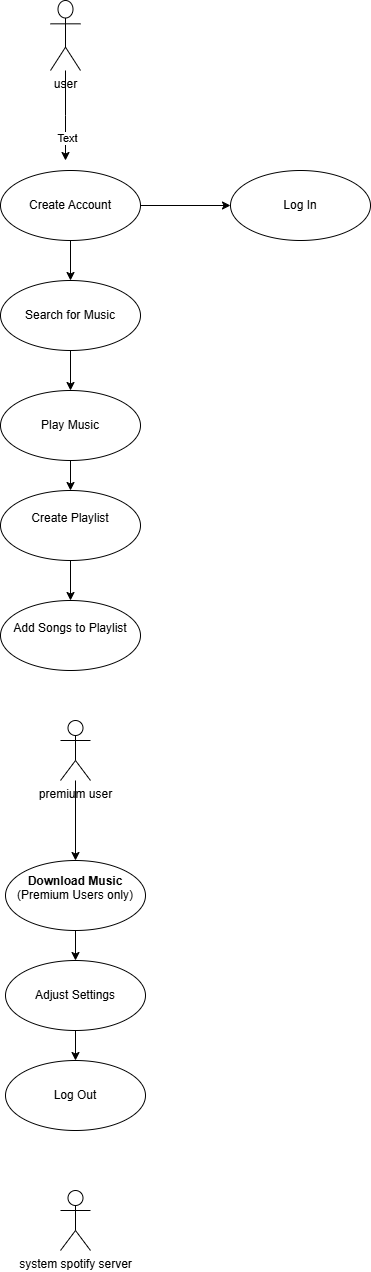
Earlier version of the draw.io export UMLDiagram.drawio.png (namithaprasad5/my-java-app). Source tidied: cells renumbered, new cells last; positions are measured from the earlier drawing's top-left corner, leaving out a move shared by most shapes.
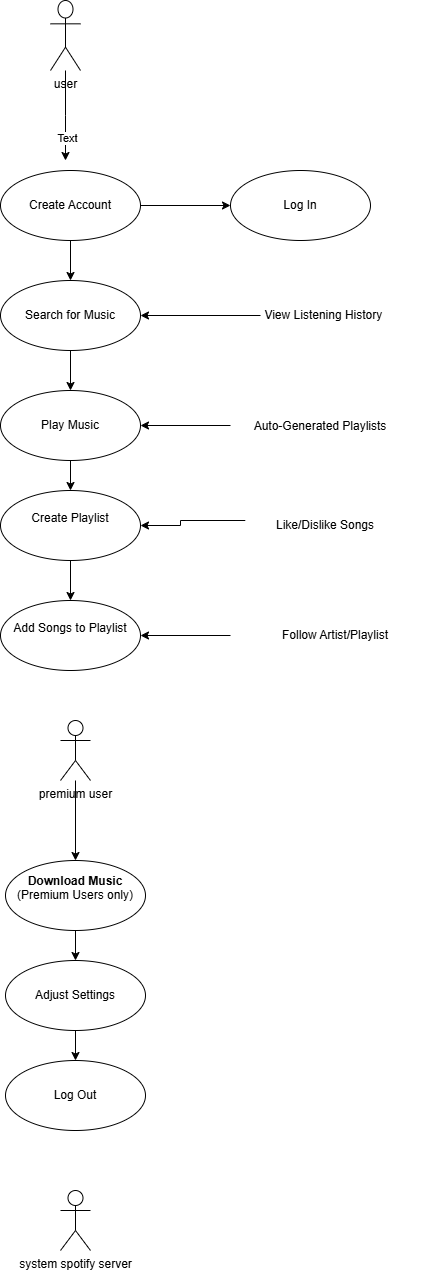
After the commit.

Change to the diagram source:
```diff
@@ -70,5 +70,29 @@
     <mxCell id="23" value="Log Out" style="ellipse;whiteSpace=wrap;html=1;" parent="1" vertex="1">
       <mxGeometry x="5" y="1060" width="140" height="70" as="geometry" />
     </mxCell>
+    <mxCell id="24" style="edgeStyle=orthogonalEdgeStyle;rounded=0;jettySize=auto;html=1;" parent="1" edge="1" source="25" target="13">
+      <mxGeometry relative="1" as="geometry" />
+    </mxCell>
+    <mxCell id="25" value="&lt;span class=&quot;hljs-keyword&quot;&gt;View&lt;/span&gt; Listening History&amp;nbsp;" style="text;html=1;align=center;verticalAlign=middle;whiteSpace=wrap;rounded=0;" parent="1" vertex="1">
+      <mxGeometry x="260" y="295" width="130" height="40" as="geometry" />
+    </mxCell>
+    <mxCell id="26" style="edgeStyle=orthogonalEdgeStyle;rounded=0;jettySize=auto;html=1;" parent="1" edge="1" source="27" target="11">
+      <mxGeometry relative="1" as="geometry" />
+    </mxCell>
+    <mxCell id="27" value="Auto-Generated Playlists" style="text;html=1;align=center;verticalAlign=middle;whiteSpace=wrap;rounded=0;" parent="1" vertex="1">
+      <mxGeometry x="230" y="425" width="180" as="geometry" />
+    </mxCell>
+    <mxCell id="28" style="edgeStyle=orthogonalEdgeStyle;rounded=0;jettySize=auto;html=1;exitX=0.118;exitY=0.25;exitDx=0;exitDy=0;exitPerimeter=0;" parent="1" edge="1" source="29" target="9">
+      <mxGeometry relative="1" as="geometry" />
+    </mxCell>
+    <mxCell id="29" value="&lt;span class=&quot;hljs-keyword&quot;&gt;Like&lt;/span&gt;/Dislike Songs" style="text;html=1;align=center;verticalAlign=middle;whiteSpace=wrap;rounded=0;" parent="1" vertex="1">
+      <mxGeometry x="220" y="515" width="210" height="20" as="geometry" />
+    </mxCell>
+    <mxCell id="30" style="edgeStyle=orthogonalEdgeStyle;rounded=0;jettySize=auto;html=1;" parent="1" edge="1" source="31" target="20">
+      <mxGeometry relative="1" as="geometry" />
+    </mxCell>
+    <mxCell id="31" value=" Follow Artist/Playlist" style="text;html=1;align=center;verticalAlign=middle;whiteSpace=wrap;rounded=0;" parent="1" vertex="1">
+      <mxGeometry x="230" y="615" width="210" height="40" as="geometry" />
+    </mxCell>
   </root>
 </mxGraphModel>
```
